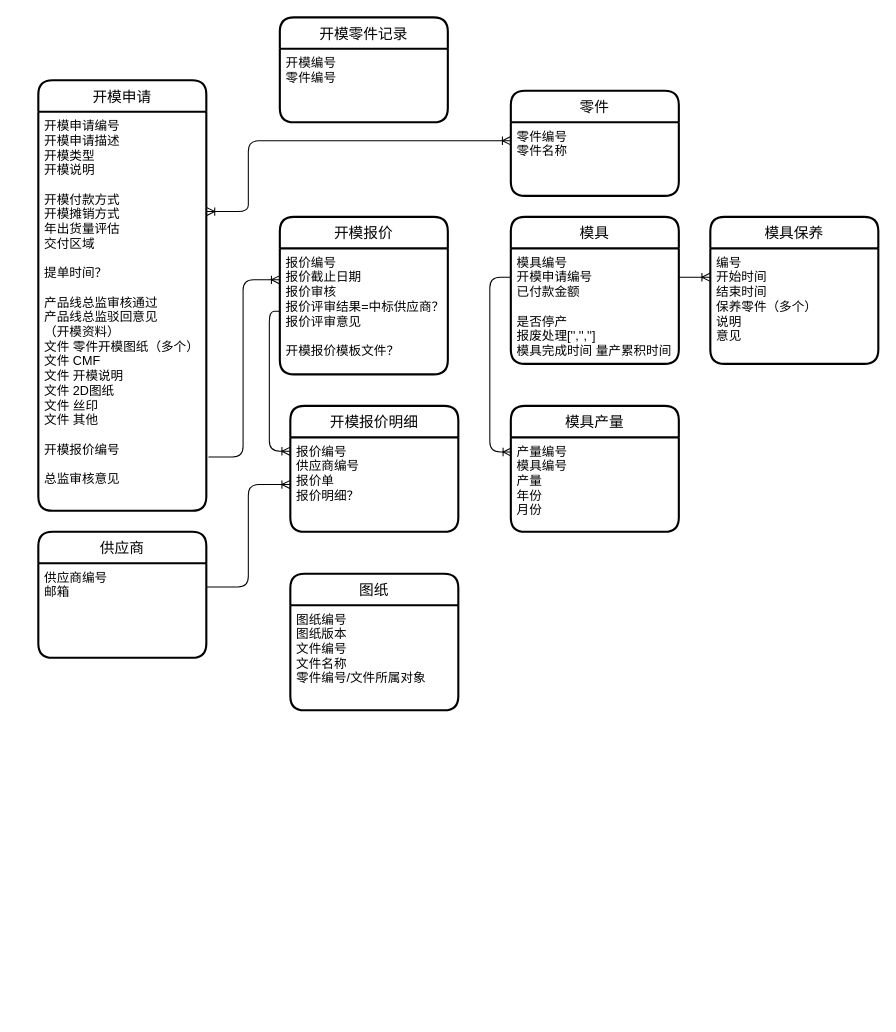
Before: MMS/MMS.drawio in waterwatermelon/graph, a draw.io diagram. Source tidied: cells renumbered, new cells numbered last; positions are measured from the earlier drawing's top-left corner, leaving out a move shared by most shapes. Both pictures are drawn from the tidied source at 105%, with x=0, y=0 at pixel (38, 17).
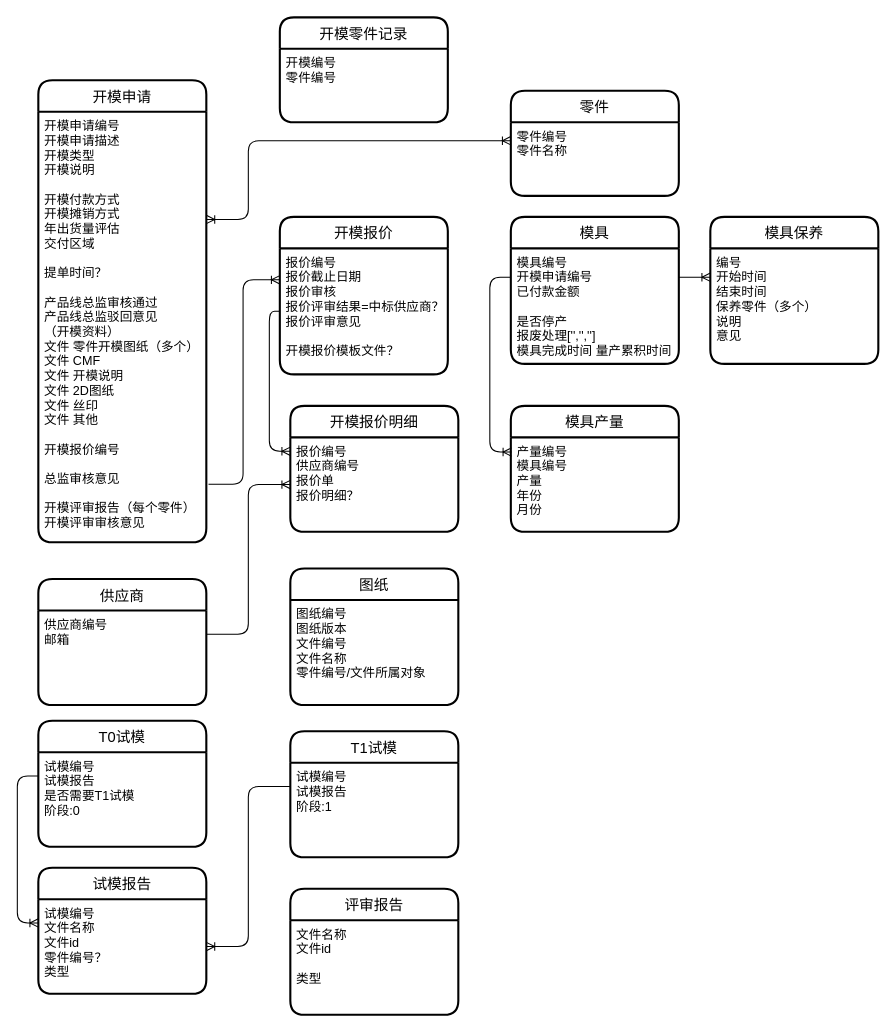
The same diagram, later.

Diff of the diagram source:
```diff
@@
     <mxCell id="6" value="开模申请" style="swimlane;horizontal=1;startSize=30;rounded=1;fontSize=14;fontStyle=0;strokeWidth=2;shadow=0;dashed=0;align=center;" parent="1" vertex="1">
-      <mxGeometry y="60" width="160" height="410" as="geometry" />
+      <mxGeometry y="60" width="160" height="440" as="geometry" />
     </mxCell>
-    <mxCell id="7" value="开模申请编号&#10;开模申请描述&#10;开模类型&#10;开模说明&#10;&#10;开模付款方式&#10;开模摊销方式&#10;年出货量评估&#10;交付区域&#10;&#10;提单时间？&#10;&#10;产品线总监审核通过&#10;产品线总监驳回意见&#10;（开模资料）&#10;文件 零件开模图纸（多个）&#10;文件 CMF&#10;文件 开模说明&#10;文件 2D图纸&#10;文件 丝印&#10;文件 其他&#10;&#10;开模报价编号&#10;&#10;总监审核意见" style="align=left;strokeColor=none;fillColor=none;spacingLeft=4;fontSize=12;verticalAlign=top;" parent="6" vertex="1">
-      <mxGeometry y="30" width="160" height="380" as="geometry" />
+    <mxCell id="7" value="开模申请编号&#10;开模申请描述&#10;开模类型&#10;开模说明&#10;&#10;开模付款方式&#10;开模摊销方式&#10;年出货量评估&#10;交付区域&#10;&#10;提单时间？&#10;&#10;产品线总监审核通过&#10;产品线总监驳回意见&#10;（开模资料）&#10;文件 零件开模图纸（多个）&#10;文件 CMF&#10;文件 开模说明&#10;文件 2D图纸&#10;文件 丝印&#10;文件 其他&#10;&#10;开模报价编号&#10;&#10;总监审核意见&#10;&#10;开模评审报告（每个零件）&#10;开模评审审核意见" style="align=left;strokeColor=none;fillColor=none;spacingLeft=4;fontSize=12;verticalAlign=top;" parent="6" vertex="1">
+      <mxGeometry y="30" width="160" height="410" as="geometry" />
     </mxCell>
@@
-    <mxCell id="15" value="供应商" style="swimlane;horizontal=1;startSize=30;rounded=1;fontSize=14;fontStyle=0;strokeWidth=2;shadow=0;dashed=0;align=center;" parent="1" vertex="1">
-      <mxGeometry y="490" width="160" height="120" as="geometry" />
-    </mxCell>
-    <mxCell id="16" value="供应商编号&#10;邮箱" style="align=left;strokeColor=none;fillColor=none;spacingLeft=4;fontSize=12;verticalAlign=top;" parent="15" vertex="1">
-      <mxGeometry y="30" width="160" height="90" as="geometry" />
-    </mxCell>
@@
+    <mxCell id="15" value="供应商" style="swimlane;horizontal=1;startSize=30;rounded=1;fontSize=14;fontStyle=0;strokeWidth=2;shadow=0;dashed=0;align=center;" parent="1" vertex="1">
+      <mxGeometry y="535" width="160" height="120" as="geometry" />
+    </mxCell>
+    <mxCell id="16" value="供应商编号&#10;邮箱" style="align=left;strokeColor=none;fillColor=none;spacingLeft=4;fontSize=12;verticalAlign=top;" parent="15" vertex="1">
+      <mxGeometry y="30" width="160" height="90" as="geometry" />
+    </mxCell>
+    <mxCell id="28" value="T1试模" style="swimlane;horizontal=1;startSize=30;rounded=1;fontSize=14;fontStyle=0;strokeWidth=2;shadow=0;dashed=0;align=center;" parent="1" vertex="1">
+      <mxGeometry x="240" y="680" width="160" height="120" as="geometry" />
+    </mxCell>
+    <mxCell id="29" value="试模编号&#10;试模报告&#10;阶段:1" style="align=left;strokeColor=none;fillColor=none;spacingLeft=4;fontSize=12;verticalAlign=top;" parent="28" vertex="1">
+      <mxGeometry y="30" width="160" height="90" as="geometry" />
+    </mxCell>
+    <mxCell id="30" style="edgeStyle=orthogonalEdgeStyle;rounded=1;jettySize=auto;html=1;exitX=0;exitY=0.25;exitDx=0;exitDy=0;entryX=0;entryY=0.25;entryDx=0;entryDy=0;startArrow=none;startFill=0;endArrow=ERoneToMany;endFill=0;strokeColor=#000000;" parent="1" edge="1" source="37" target="35">
+      <mxGeometry relative="1" as="geometry" />
+    </mxCell>
+    <mxCell id="31" style="edgeStyle=orthogonalEdgeStyle;rounded=1;jettySize=auto;html=1;exitX=0;exitY=0.25;exitDx=0;exitDy=0;entryX=1;entryY=0.5;entryDx=0;entryDy=0;startArrow=none;startFill=0;endArrow=ERoneToMany;endFill=0;strokeColor=#000000;" parent="1" edge="1" source="29" target="35">
+      <mxGeometry relative="1" as="geometry" />
+    </mxCell>
+    <mxCell id="32" value="评审报告" style="swimlane;horizontal=1;startSize=30;rounded=1;fontSize=14;fontStyle=0;strokeWidth=2;shadow=0;dashed=0;align=center;" parent="1" vertex="1">
+      <mxGeometry x="240" y="830" width="160" height="120" as="geometry" />
+    </mxCell>
+    <mxCell id="33" value="文件名称&#10;文件id&#10;&#10;类型" style="align=left;strokeColor=none;fillColor=none;spacingLeft=4;fontSize=12;verticalAlign=top;" parent="32" vertex="1">
+      <mxGeometry y="30" width="160" height="90" as="geometry" />
+    </mxCell>
+    <mxCell id="34" value="试模报告" style="swimlane;horizontal=1;startSize=30;rounded=1;fontSize=14;fontStyle=0;strokeWidth=2;shadow=0;dashed=0;align=center;" parent="1" vertex="1">
+      <mxGeometry y="810" width="160" height="120" as="geometry" />
+    </mxCell>
+    <mxCell id="35" value="试模编号&#10;文件名称&#10;文件id&#10;零件编号？&#10;类型" style="align=left;strokeColor=none;fillColor=none;spacingLeft=4;fontSize=12;verticalAlign=top;" parent="34" vertex="1">
+      <mxGeometry y="30" width="160" height="90" as="geometry" />
+    </mxCell>
+    <mxCell id="36" value="T0试模" style="swimlane;horizontal=1;startSize=30;rounded=1;fontSize=14;fontStyle=0;strokeWidth=2;shadow=0;dashed=0;align=center;" parent="1" vertex="1">
+      <mxGeometry y="670" width="160" height="120" as="geometry" />
+    </mxCell>
+    <mxCell id="37" value="试模编号&#10;试模报告&#10;是否需要T1试模&#10;阶段:0" style="align=left;strokeColor=none;fillColor=none;spacingLeft=4;fontSize=12;verticalAlign=top;" parent="36" vertex="1">
+      <mxGeometry y="30" width="160" height="90" as="geometry" />
+    </mxCell>
     <mxCell id="26" value="图纸" style="swimlane;horizontal=1;startSize=30;rounded=1;fontSize=14;fontStyle=0;strokeWidth=2;shadow=0;dashed=0;align=center;" parent="1" vertex="1">
-      <mxGeometry x="240" y="530" width="160" height="130" as="geometry" />
+      <mxGeometry x="240" y="525" width="160" height="130" as="geometry" />
     </mxCell>
```
